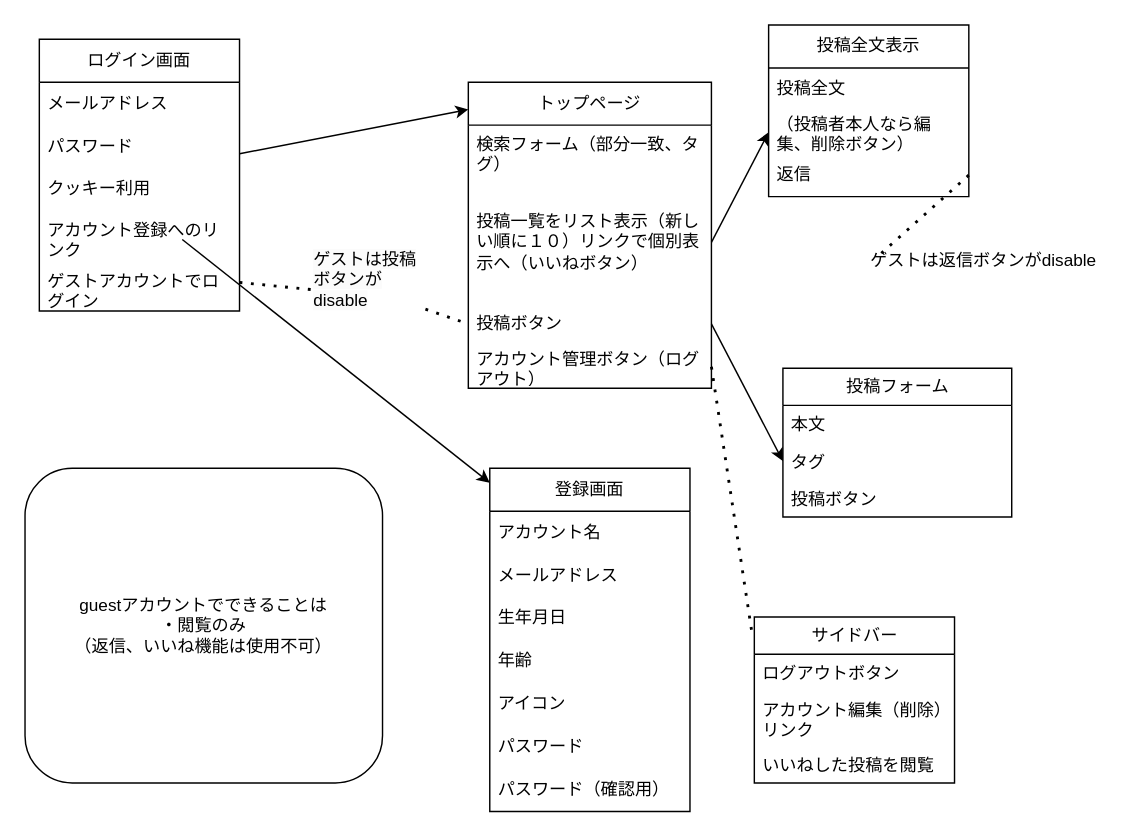
Above: 画面遷移図.drawio in sakinaga1110/laravel_bbs (draw.io), before the change. Source tidied: cells renumbered, new cells numbered last; positions are measured from the earlier drawing's top-left corner, leaving out a move shared by most shapes. Both pictures are drawn from the tidied source at 143%, with x=0, y=0 at pixel (24, 24).
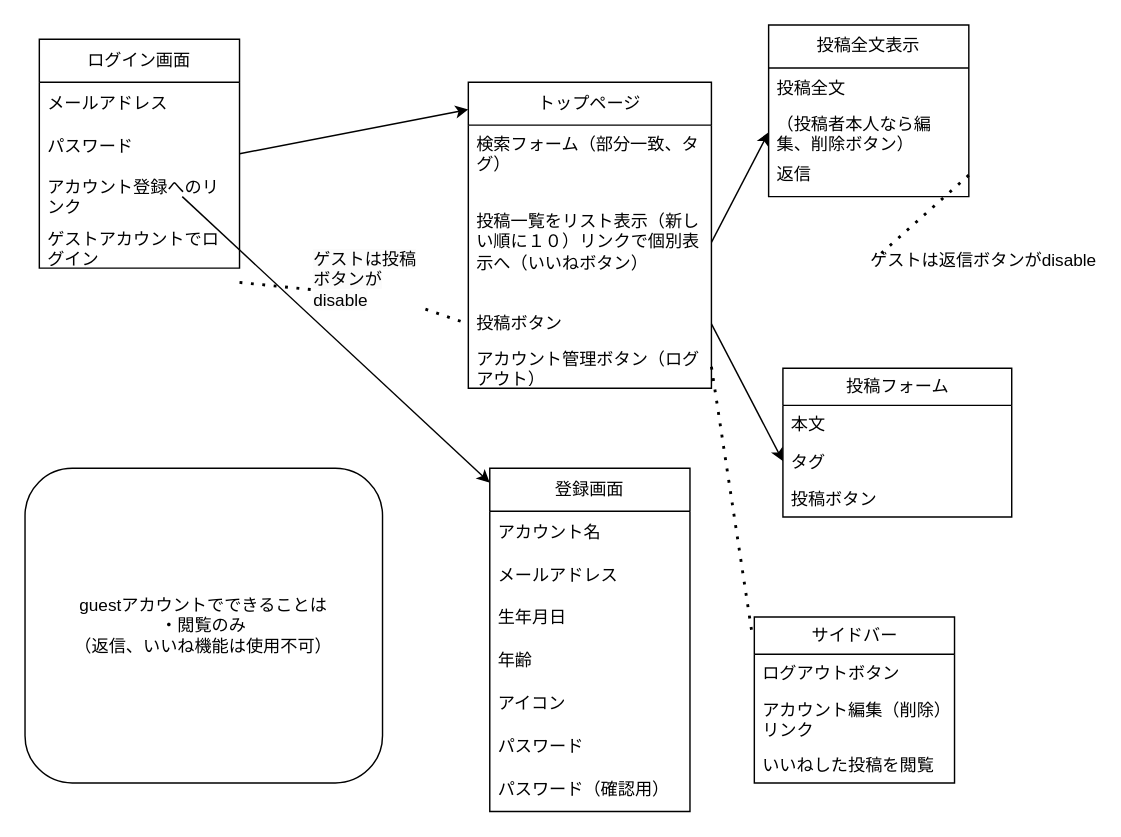
After the change.

Commit message:
画面遷移図.drawio を更新します

Diff of the diagram source:
```diff
@@
     <mxCell id="2" value="ログイン画面" style="swimlane;fontStyle=0;horizontal=1;startSize=30;whiteSpace=wrap;html=1;" parent="1" vertex="1">
-      <mxGeometry x="10" y="10" width="140" height="190" as="geometry" />
+      <mxGeometry x="10" y="10" width="140" height="160" as="geometry" />
     </mxCell>
@@
-    <mxCell id="5" value="クッキー利用" style="text;strokeColor=none;fillColor=none;align=left;verticalAlign=middle;spacingLeft=4;spacingRight=4;overflow=hidden;whiteSpace=wrap;html=1;" parent="2" vertex="1">
-      <mxGeometry y="90" width="140" height="30" as="geometry" />
-    </mxCell>
     <mxCell id="6" value="アカウント登録へのリンク" style="text;strokeColor=none;fillColor=none;align=left;verticalAlign=top;spacingLeft=4;spacingRight=4;overflow=hidden;points=[[0,0.5],[1,0.5]];portConstraint=eastwest;whiteSpace=wrap;html=1;" parent="2" vertex="1">
-      <mxGeometry y="120" width="140" height="40" as="geometry" />
+      <mxGeometry y="90" width="140" height="40" as="geometry" />
     </mxCell>
     <mxCell id="7" value="ゲストアカウントでログイン" style="text;strokeColor=none;fillColor=none;align=left;verticalAlign=middle;spacingLeft=4;spacingRight=4;overflow=hidden;whiteSpace=wrap;html=1;" parent="2" vertex="1">
-      <mxGeometry y="160" width="140" height="30" as="geometry" />
+      <mxGeometry y="130" width="140" height="30" as="geometry" />
     </mxCell>
```
